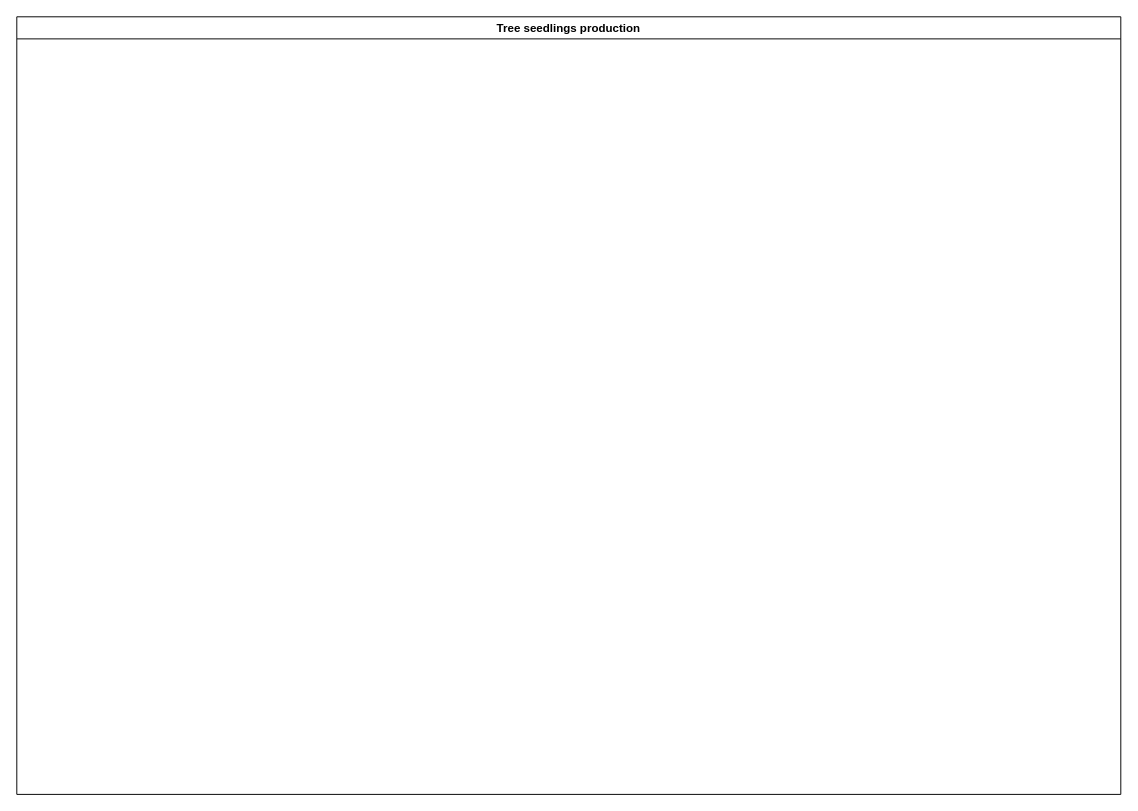
Before: KEFRI-R&D-Tree seedlings production.drawio in kmagua/flowcharts, a draw.io diagram. Source tidied: cells renumbered, new cells numbered last; positions are measured from the earlier drawing's top-left corner, leaving out a move shared by most shapes. Both pictures are drawn from the tidied source at 96%, with x=0, y=0 at pixel (16, 16).
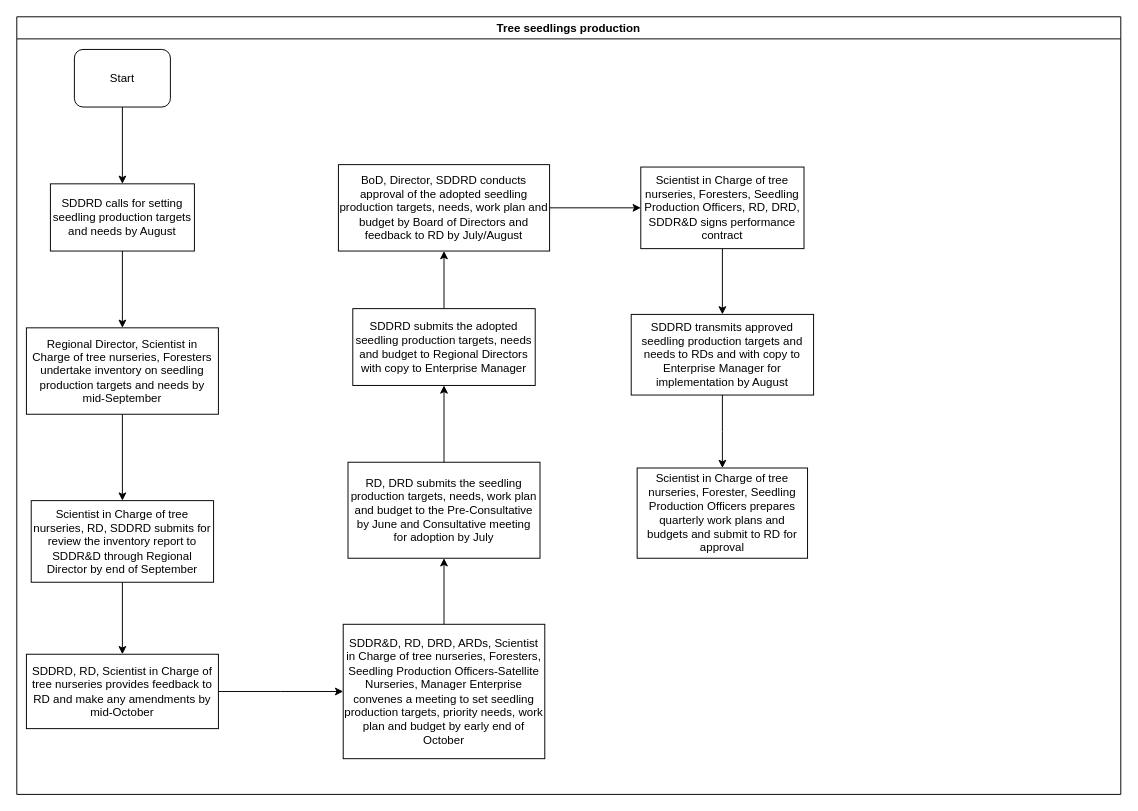
Above is the later version.

Unchanged cells that the change refers to:
```xml
<mxCell id="2" value="Tree seedlings production" style="swimlane;" parent="1" vertex="1">
  <mxGeometry width="1150" height="810" as="geometry" />
</mxCell>
```

What changed in the source:
```diff
@@
+    <mxCell id="3" value="Start" style="rounded=1;whiteSpace=wrap;html=1;" parent="2" vertex="1">
+      <mxGeometry x="60" y="34" width="100" height="60" as="geometry" />
+    </mxCell>
+    <mxCell id="4" value="SDDRD calls for setting seedling production targets and needs by August" style="rounded=0;whiteSpace=wrap;html=1;" parent="2" vertex="1">
+      <mxGeometry x="35" y="174" width="150" height="70" as="geometry" />
+    </mxCell>
+    <mxCell id="5" style="edgeStyle=orthogonalEdgeStyle;rounded=0;jettySize=auto;html=1;" parent="2" edge="1" source="3" target="4">
+      <mxGeometry relative="1" as="geometry" />
+    </mxCell>
+    <mxCell id="6" value="Scientist in Charge of tree nurseries, RD, SDDRD submits for review the inventory report to SDDR&amp;amp;D through Regional Director by end of September" style="whiteSpace=wrap;html=1;rounded=0;" parent="2" vertex="1">
+      <mxGeometry x="15" y="504" width="190" height="85" as="geometry" />
+    </mxCell>
+    <mxCell id="7" value="SDDR&amp;amp;D, RD, DRD, ARDs, Scientist in Charge of tree nurseries, Foresters, Seedling Production Officers-Satellite Nurseries, Manager Enterprise convenes a meeting to set seedling production targets, priority needs, work plan and budget by early end of October" style="whiteSpace=wrap;html=1;rounded=0;" parent="2" vertex="1">
+      <mxGeometry x="340" y="632.8" width="210" height="140" as="geometry" />
+    </mxCell>
+    <mxCell id="8" value="RD, DRD submits the seedling production targets, needs, work plan and budget to the Pre-Consultative by June and Consultative meeting for adoption by July" style="whiteSpace=wrap;html=1;rounded=0;" parent="2" vertex="1">
+      <mxGeometry x="345" y="464" width="200" height="100" as="geometry" />
+    </mxCell>
+    <mxCell id="9" style="edgeStyle=orthogonalEdgeStyle;rounded=0;jettySize=auto;html=1;" parent="2" edge="1" source="7" target="8">
+      <mxGeometry relative="1" as="geometry" />
+    </mxCell>
+    <mxCell id="10" value="BoD, Director, SDDRD conducts approval of the adopted seedling production targets, needs, work plan and budget by Board of Directors and feedback to RD by July/August" style="whiteSpace=wrap;html=1;rounded=0;" parent="2" vertex="1">
+      <mxGeometry x="335" y="154" width="220" height="90" as="geometry" />
+    </mxCell>
+    <mxCell id="11" value="Regional Director, Scientist in Charge of tree nurseries, Foresters undertake inventory on seedling production targets and needs by mid-September" style="rounded=0;whiteSpace=wrap;html=1;" parent="2" vertex="1">
+      <mxGeometry x="10" y="324" width="200" height="90" as="geometry" />
+    </mxCell>
+    <mxCell id="12" style="edgeStyle=orthogonalEdgeStyle;rounded=0;jettySize=auto;html=1;" parent="2" edge="1" source="4" target="11">
+      <mxGeometry relative="1" as="geometry" />
+    </mxCell>
+    <mxCell id="13" style="edgeStyle=orthogonalEdgeStyle;rounded=0;jettySize=auto;html=1;" parent="2" edge="1" source="11" target="6">
+      <mxGeometry relative="1" as="geometry" />
+    </mxCell>
+    <mxCell id="14" value="Scientist in Charge of tree nurseries, Foresters, Seedling Production Officers, RD, DRD, SDDR&amp;amp;D signs performance contract" style="whiteSpace=wrap;html=1;rounded=0;" parent="2" vertex="1">
+      <mxGeometry x="650" y="156.5" width="170" height="85" as="geometry" />
+    </mxCell>
+    <mxCell id="15" style="edgeStyle=orthogonalEdgeStyle;rounded=0;jettySize=auto;html=1;" parent="2" edge="1" source="10" target="14">
+      <mxGeometry relative="1" as="geometry" />
+    </mxCell>
+    <mxCell id="16" value="SDDRD transmits approved seedling production targets and needs to RDs and with copy to Enterprise Manager for implementation by August" style="whiteSpace=wrap;html=1;rounded=0;" parent="2" vertex="1">
+      <mxGeometry x="640" y="310" width="190" height="84" as="geometry" />
+    </mxCell>
+    <mxCell id="17" style="edgeStyle=orthogonalEdgeStyle;rounded=0;jettySize=auto;html=1;" parent="2" edge="1" source="14" target="16">
+      <mxGeometry relative="1" as="geometry" />
+    </mxCell>
+    <mxCell id="18" value="Scientist in Charge of tree nurseries, Forester, Seedling Production Officers prepares quarterly work plans and budgets and submit to RD for approval " style="whiteSpace=wrap;html=1;rounded=0;" parent="2" vertex="1">
+      <mxGeometry x="646.2" y="470" width="177.5" height="94" as="geometry" />
+    </mxCell>
+    <mxCell id="19" style="edgeStyle=orthogonalEdgeStyle;rounded=0;jettySize=auto;html=1;" parent="2" edge="1" source="16" target="18">
+      <mxGeometry relative="1" as="geometry" />
+    </mxCell>
+    <mxCell id="20" style="edgeStyle=orthogonalEdgeStyle;rounded=0;jettySize=auto;html=1;" parent="1" edge="1" source="21" target="7">
+      <mxGeometry relative="1" as="geometry" />
+    </mxCell>
+    <mxCell id="21" value="SDDRD, RD, Scientist in Charge of tree nurseries provides feedback to RD and make any amendments by mid-October" style="whiteSpace=wrap;html=1;rounded=0;" parent="1" vertex="1">
+      <mxGeometry x="10" y="664" width="200" height="77.5" as="geometry" />
+    </mxCell>
+    <mxCell id="22" style="edgeStyle=orthogonalEdgeStyle;rounded=0;jettySize=auto;html=1;" parent="1" edge="1" source="6" target="21">
+      <mxGeometry relative="1" as="geometry" />
+    </mxCell>
+    <mxCell id="23" style="edgeStyle=orthogonalEdgeStyle;rounded=0;jettySize=auto;html=1;" parent="1" edge="1" source="24" target="10">
+      <mxGeometry relative="1" as="geometry" />
+    </mxCell>
+    <mxCell id="24" value="SDDRD submits the adopted seedling production targets, needs and budget to Regional Directors with copy to Enterprise Manager" style="whiteSpace=wrap;html=1;rounded=0;" parent="1" vertex="1">
+      <mxGeometry x="350" y="304" width="190" height="80" as="geometry" />
+    </mxCell>
+    <mxCell id="25" style="edgeStyle=orthogonalEdgeStyle;rounded=0;jettySize=auto;html=1;" parent="1" edge="1" source="8" target="24">
+      <mxGeometry relative="1" as="geometry" />
+    </mxCell>
```
